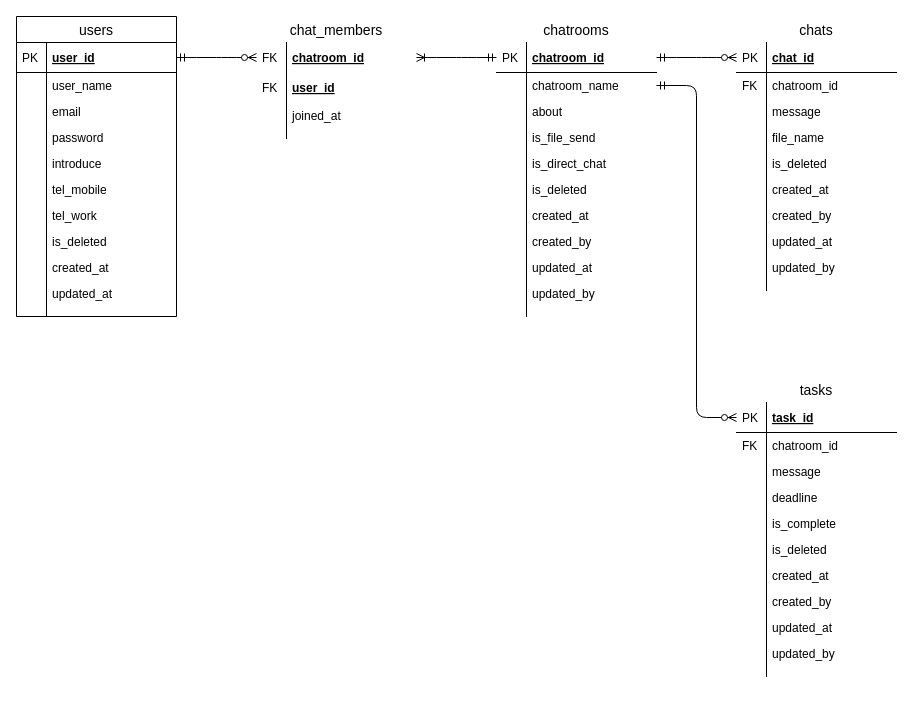
This is db/db-challenge1/chatwork-er.drawio from nanakusa27/quelcode-db, a draw.io file, before an edit. Source tidied: cells renumbered, new cells numbered last; positions are measured from the earlier drawing's top-left corner, leaving out a move shared by most shapes. Both pictures are drawn from the tidied source at 100%, with x=0, y=0 at pixel (16, 16).
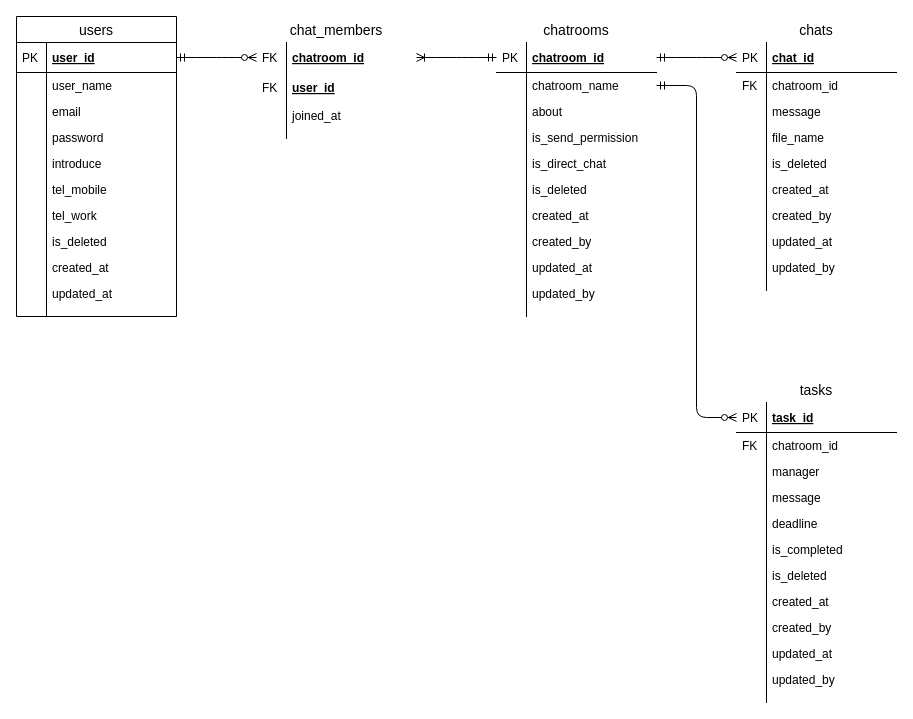
Above is the later version.

Commit message:
tasks要件を満たすようにカラムの追加、tasksの時系列をあわせた、file_sendの名称変更

Unchanged cells that the change refers to:
```xml
<mxCell id="34" value="chatrooms" style="swimlane;fontStyle=0;horizontal=1;startSize=26;align=center;fontSize=14;labelBackgroundColor=none;strokeColor=#FFFFFF;fillColor=none;gradientColor=#ffffff;" parent="1" vertex="1">
  <mxGeometry x="480" width="160" height="300" as="geometry" />
</mxCell>
```

The edit, as a diff of the source:
```diff
@@
-    <mxCell id="41" value="is_file_send" style="shape=partialRectangle;top=0;left=0;right=0;bottom=0;align=left;verticalAlign=top;fillColor=none;spacingLeft=34;spacingRight=4;overflow=hidden;fontSize=12;" parent="34" vertex="1">
+    <mxCell id="41" value="is_send_permission" style="shape=partialRectangle;top=0;left=0;right=0;bottom=0;align=left;verticalAlign=top;fillColor=none;spacingLeft=34;spacingRight=4;overflow=hidden;fontSize=12;" parent="34" vertex="1">
       <mxGeometry y="108" width="160" height="26" as="geometry" />
     </mxCell>
@@
     <mxCell id="81" value="tasks" style="swimlane;fontStyle=0;horizontal=1;startSize=26;align=center;fontSize=14;labelBackgroundColor=none;strokeColor=#FFFFFF;fillColor=none;gradientColor=#ffffff;" parent="1" vertex="1">
-      <mxGeometry x="720" y="360" width="160" height="300" as="geometry" />
+      <mxGeometry x="720" y="360" width="160" height="326" as="geometry" />
     </mxCell>
@@
+    <mxCell id="105" value="manager" style="shape=partialRectangle;top=0;left=0;right=0;bottom=0;align=left;verticalAlign=top;fillColor=none;spacingLeft=34;spacingRight=4;overflow=hidden;fontSize=12;" parent="81" vertex="1">
+      <mxGeometry y="82" width="160" height="26" as="geometry" />
+    </mxCell>
+    <mxCell id="106" style="shape=partialRectangle;top=0;left=0;bottom=0;fillColor=none;align=left;verticalAlign=top;spacingLeft=4;spacingRight=4;overflow=hidden;fontSize=12;" parent="105" vertex="1">
+      <mxGeometry width="30" height="26" as="geometry" />
+    </mxCell>
     <mxCell id="86" value="message" style="shape=partialRectangle;top=0;left=0;right=0;bottom=0;align=left;verticalAlign=top;fillColor=none;spacingLeft=34;spacingRight=4;overflow=hidden;fontSize=12;" parent="81" vertex="1">
-      <mxGeometry y="82" width="160" height="26" as="geometry" />
+      <mxGeometry y="108" width="160" height="26" as="geometry" />
     </mxCell>
@@
     <mxCell id="88" value="deadline" style="shape=partialRectangle;top=0;left=0;right=0;bottom=0;align=left;verticalAlign=top;fillColor=none;spacingLeft=34;spacingRight=4;overflow=hidden;fontSize=12;" parent="81" vertex="1">
-      <mxGeometry y="108" width="160" height="26" as="geometry" />
+      <mxGeometry y="134" width="160" height="26" as="geometry" />
     </mxCell>
@@
-    <mxCell id="90" value="is_complete" style="shape=partialRectangle;top=0;left=0;right=0;bottom=0;align=left;verticalAlign=top;fillColor=none;spacingLeft=34;spacingRight=4;overflow=hidden;fontSize=12;" parent="81" vertex="1">
-      <mxGeometry y="134" width="160" height="26" as="geometry" />
+    <mxCell id="90" value="is_completed" style="shape=partialRectangle;top=0;left=0;right=0;bottom=0;align=left;verticalAlign=top;fillColor=none;spacingLeft=34;spacingRight=4;overflow=hidden;fontSize=12;" parent="81" vertex="1">
+      <mxGeometry y="160" width="160" height="26" as="geometry" />
     </mxCell>
@@
     <mxCell id="92" value="is_deleted" style="shape=partialRectangle;top=0;left=0;right=0;bottom=0;align=left;verticalAlign=top;fillColor=none;spacingLeft=34;spacingRight=4;overflow=hidden;fontSize=12;" parent="81" vertex="1">
-      <mxGeometry y="160" width="160" height="26" as="geometry" />
+      <mxGeometry y="186" width="160" height="26" as="geometry" />
     </mxCell>
@@
     <mxCell id="94" value="created_at" style="shape=partialRectangle;top=0;left=0;right=0;bottom=0;align=left;verticalAlign=top;fillColor=none;spacingLeft=34;spacingRight=4;overflow=hidden;fontSize=12;" parent="81" vertex="1">
-      <mxGeometry y="186" width="160" height="26" as="geometry" />
+      <mxGeometry y="212" width="160" height="26" as="geometry" />
     </mxCell>
@@
     <mxCell id="96" value="created_by" style="shape=partialRectangle;top=0;left=0;right=0;bottom=0;align=left;verticalAlign=top;fillColor=none;spacingLeft=34;spacingRight=4;overflow=hidden;fontSize=12;" parent="81" vertex="1">
-      <mxGeometry y="212" width="160" height="26" as="geometry" />
+      <mxGeometry y="238" width="160" height="26" as="geometry" />
     </mxCell>
@@
     <mxCell id="98" value="updated_at" style="shape=partialRectangle;top=0;left=0;right=0;bottom=0;align=left;verticalAlign=top;fillColor=none;spacingLeft=34;spacingRight=4;overflow=hidden;fontSize=12;" parent="81" vertex="1">
-      <mxGeometry y="238" width="160" height="26" as="geometry" />
+      <mxGeometry y="264" width="160" height="26" as="geometry" />
     </mxCell>
@@
     <mxCell id="100" value="updated_by" style="shape=partialRectangle;top=0;left=0;right=0;bottom=0;align=left;verticalAlign=top;fillColor=none;spacingLeft=34;spacingRight=4;overflow=hidden;fontSize=12;" parent="81" vertex="1">
-      <mxGeometry y="264" width="160" height="26" as="geometry" />
+      <mxGeometry y="290" width="160" height="26" as="geometry" />
     </mxCell>
@@
     <mxCell id="102" style="shape=partialRectangle;top=0;left=0;right=0;bottom=0;align=left;verticalAlign=top;fillColor=none;spacingLeft=34;spacingRight=4;overflow=hidden;fontSize=12;" parent="81" vertex="1">
-      <mxGeometry y="290" width="160" height="10" as="geometry" />
+      <mxGeometry y="316" width="160" height="10" as="geometry" />
     </mxCell>
```
